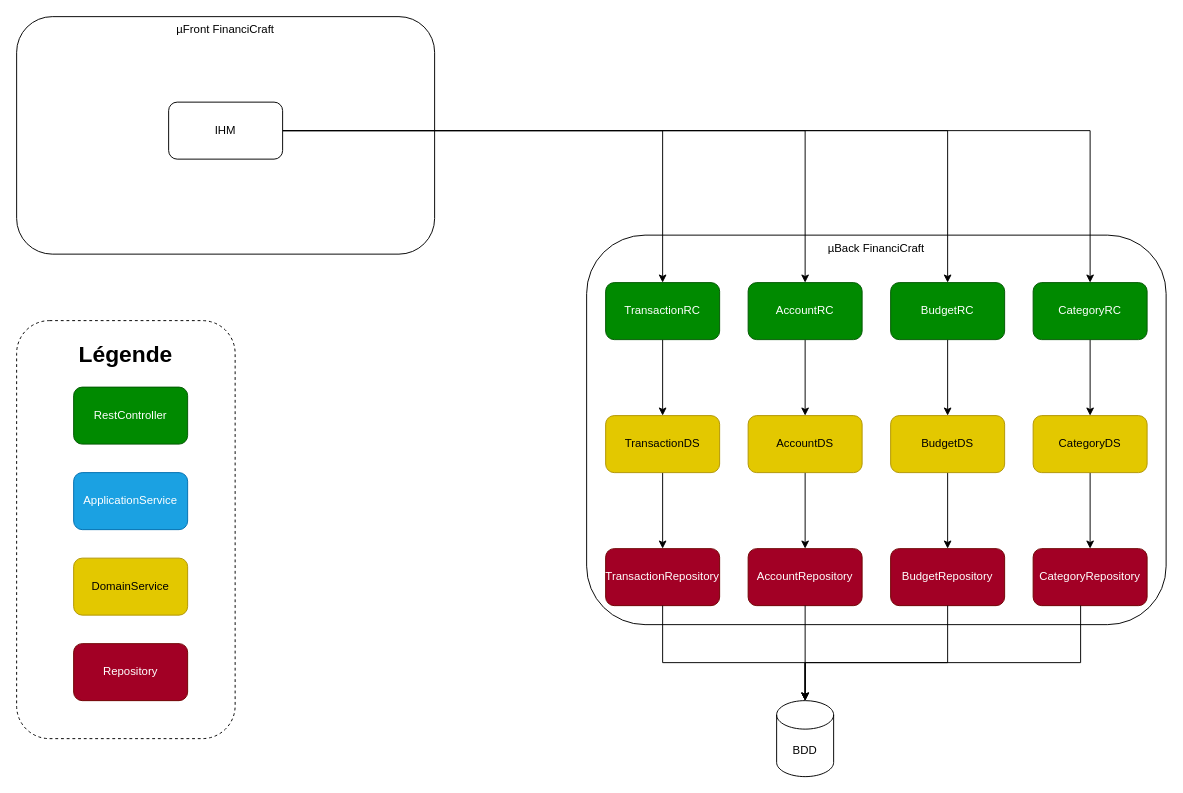
The draw.io diagram page "Architecture Applicative" (3 of 3) of doc/architecture.drawio in Sydher/FinanciCraft, before the edit. Source tidied: cells renumbered, new cells numbered last; positions are measured from the earlier drawing's top-left corner, leaving out a move shared by most shapes. Both pictures are drawn from the tidied source at 95%, with x=0, y=0 at pixel (16, 16).
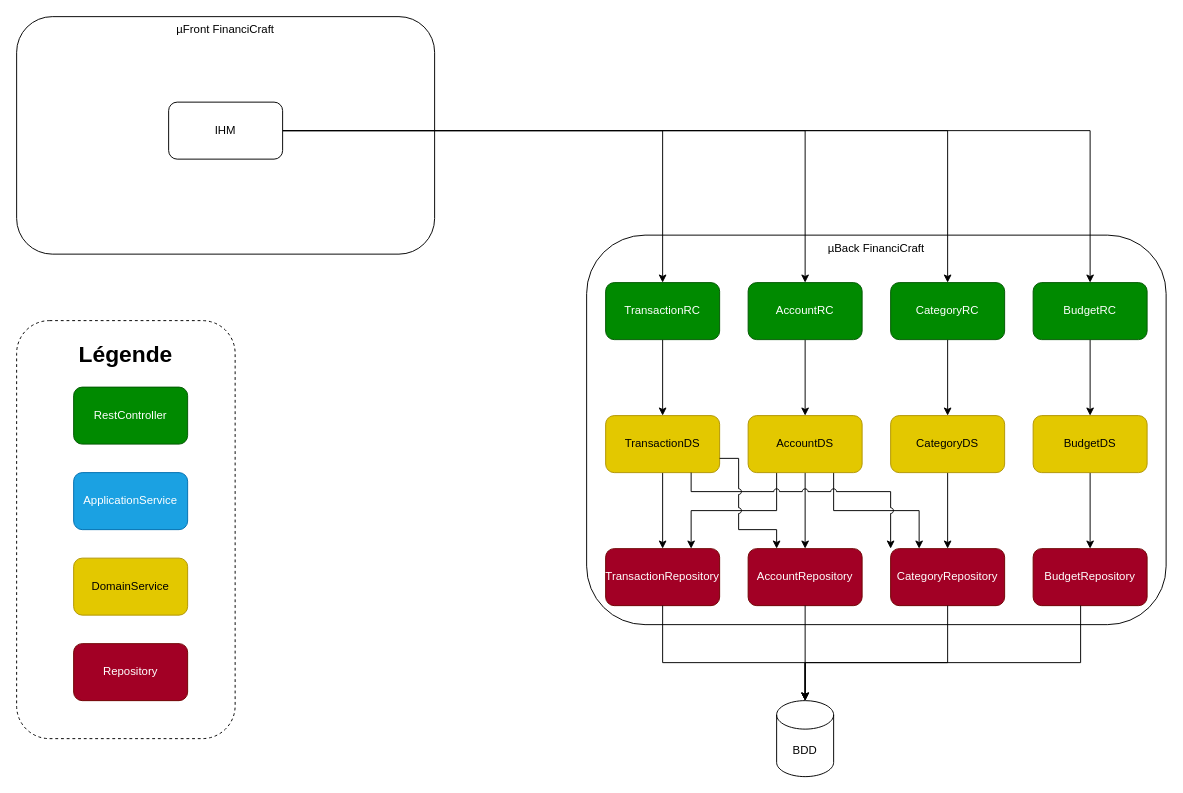
Above is the later version.

The change refers to these unchanged cells:
```xml
<mxCell id="6" value="TransactionDS" style="rounded=1;whiteSpace=wrap;html=1;fillColor=#e3c800;fontColor=#000000;strokeColor=#B09500;" parent="1" vertex="1">
  <mxGeometry x="620" y="420" width="120" height="60" as="geometry" />
</mxCell>
<mxCell id="9" value="TransactionRepository" style="rounded=1;whiteSpace=wrap;html=1;fillColor=#a20025;fontColor=#ffffff;strokeColor=#6F0000;" parent="1" vertex="1">
  <mxGeometry x="620" y="560" width="120" height="60" as="geometry" />
</mxCell>
<mxCell id="16" value="AccountDS" style="rounded=1;whiteSpace=wrap;html=1;fillColor=#e3c800;fontColor=#000000;strokeColor=#B09500;" parent="1" vertex="1">
  <mxGeometry x="770" y="420" width="120" height="60" as="geometry" />
</mxCell>
<mxCell id="19" value="AccountRepository" style="rounded=1;whiteSpace=wrap;html=1;fillColor=#a20025;fontColor=#ffffff;strokeColor=#6F0000;" parent="1" vertex="1">
  <mxGeometry x="770" y="560" width="120" height="60" as="geometry" />
</mxCell>
```

The edit, as a diff of the source:
```diff
@@
+    <mxCell id="41" style="edgeStyle=orthogonalEdgeStyle;rounded=0;jettySize=auto;html=1;exitX=0.25;exitY=1;exitDx=0;exitDy=0;entryX=0.75;entryY=0;entryDx=0;entryDy=0;" parent="1" edge="1" source="16" target="9">
+      <mxGeometry relative="1" as="geometry" />
+    </mxCell>
+    <mxCell id="42" style="edgeStyle=orthogonalEdgeStyle;rounded=0;jettySize=auto;html=1;exitX=0.75;exitY=1;exitDx=0;exitDy=0;entryX=0.25;entryY=0;entryDx=0;entryDy=0;" parent="1" edge="1" source="16" target="24">
+      <mxGeometry relative="1" as="geometry" />
+    </mxCell>
@@
-    <mxCell id="21" value="BudgetDS" style="rounded=1;whiteSpace=wrap;html=1;fillColor=#e3c800;fontColor=#000000;strokeColor=#B09500;" parent="1" vertex="1">
+    <mxCell id="21" value="CategoryDS" style="rounded=1;whiteSpace=wrap;html=1;fillColor=#e3c800;fontColor=#000000;strokeColor=#B09500;" parent="1" vertex="1">
       <mxGeometry x="920" y="420" width="120" height="60" as="geometry" />
     </mxCell>
@@
-    <mxCell id="23" value="BudgetRC" style="rounded=1;whiteSpace=wrap;html=1;fillColor=#008a00;fontColor=#ffffff;strokeColor=#005700;" parent="1" vertex="1">
+    <mxCell id="23" value="CategoryRC" style="rounded=1;whiteSpace=wrap;html=1;fillColor=#008a00;fontColor=#ffffff;strokeColor=#005700;" parent="1" vertex="1">
       <mxGeometry x="920" y="280" width="120" height="60" as="geometry" />
     </mxCell>
-    <mxCell id="24" value="BudgetRepository" style="rounded=1;whiteSpace=wrap;html=1;fillColor=#a20025;fontColor=#ffffff;strokeColor=#6F0000;" parent="1" vertex="1">
+    <mxCell id="24" value="CategoryRepository" style="rounded=1;whiteSpace=wrap;html=1;fillColor=#a20025;fontColor=#ffffff;strokeColor=#6F0000;" parent="1" vertex="1">
       <mxGeometry x="920" y="560" width="120" height="60" as="geometry" />
     </mxCell>
@@
-    <mxCell id="36" value="CategoryDS" style="rounded=1;whiteSpace=wrap;html=1;fillColor=#e3c800;fontColor=#000000;strokeColor=#B09500;" parent="1" vertex="1">
+    <mxCell id="36" value="BudgetDS" style="rounded=1;whiteSpace=wrap;html=1;fillColor=#e3c800;fontColor=#000000;strokeColor=#B09500;" parent="1" vertex="1">
       <mxGeometry x="1070" y="420" width="120" height="60" as="geometry" />
     </mxCell>
@@
-    <mxCell id="38" value="CategoryRC" style="rounded=1;whiteSpace=wrap;html=1;fillColor=#008a00;fontColor=#ffffff;strokeColor=#005700;" parent="1" vertex="1">
+    <mxCell id="38" value="BudgetRC" style="rounded=1;whiteSpace=wrap;html=1;fillColor=#008a00;fontColor=#ffffff;strokeColor=#005700;" parent="1" vertex="1">
       <mxGeometry x="1070" y="280" width="120" height="60" as="geometry" />
     </mxCell>
-    <mxCell id="39" value="CategoryRepository" style="rounded=1;whiteSpace=wrap;html=1;fillColor=#a20025;fontColor=#ffffff;strokeColor=#6F0000;" parent="1" vertex="1">
+    <mxCell id="39" value="BudgetRepository" style="rounded=1;whiteSpace=wrap;html=1;fillColor=#a20025;fontColor=#ffffff;strokeColor=#6F0000;" parent="1" vertex="1">
       <mxGeometry x="1070" y="560" width="120" height="60" as="geometry" />
     </mxCell>
@@
+    <mxCell id="43" style="edgeStyle=orthogonalEdgeStyle;rounded=0;jettySize=auto;html=1;exitX=0.75;exitY=1;exitDx=0;exitDy=0;entryX=0;entryY=0;entryDx=0;entryDy=0;jumpStyle=arc;jumpSize=6;" parent="1" edge="1" source="6" target="24">
+      <mxGeometry relative="1" as="geometry">
+        <Array as="points">
+          <mxPoint x="710" y="500" />
+          <mxPoint x="920" y="500" />
+        </Array>
+      </mxGeometry>
+    </mxCell>
+    <mxCell id="44" style="edgeStyle=orthogonalEdgeStyle;rounded=0;jettySize=auto;html=1;exitX=1;exitY=0.75;exitDx=0;exitDy=0;entryX=0.25;entryY=0;entryDx=0;entryDy=0;jumpStyle=arc;" parent="1" edge="1" source="6" target="19">
+      <mxGeometry relative="1" as="geometry">
+        <Array as="points">
+          <mxPoint x="760" y="465" />
+          <mxPoint x="760" y="540" />
+          <mxPoint x="800" y="540" />
+        </Array>
+      </mxGeometry>
+    </mxCell>
```
